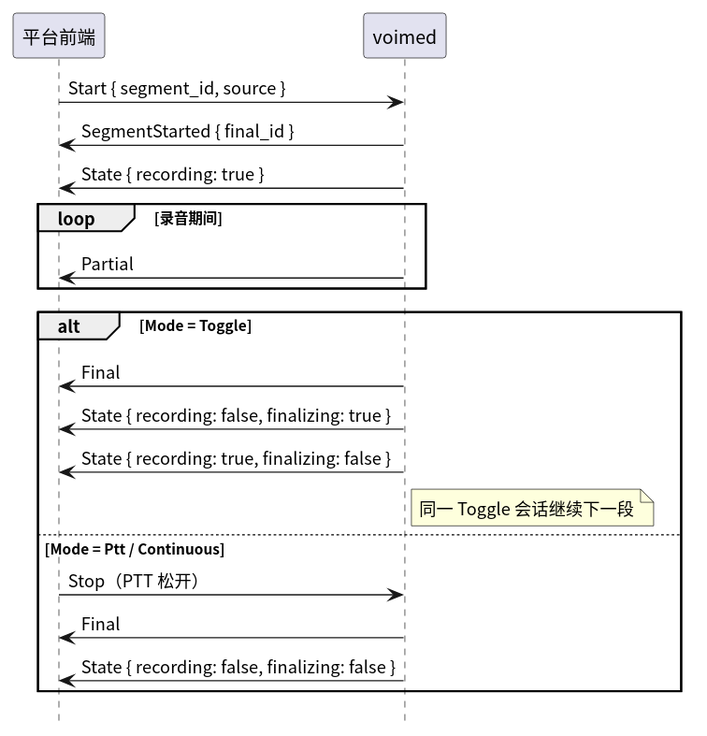
Earlier version of the PlantUML export crates/voimed/diagram/session-state.svg (54m43lJ/voime). The source it was exported from:
```plantuml
@startuml
skinparam defaultFontName "Noto Sans CJK SC"
skinparam shadowing false
hide footbox

participant "平台前端" as Frontend
participant "voimed" as Daemon

Frontend -> Daemon : Start { segment_id, source }
Daemon -> Frontend : SegmentStarted { final_id }
Daemon -> Frontend : State { recording: true }

loop 录音期间
  Daemon -> Frontend : Partial
end

alt Mode = Toggle
  Daemon -> Frontend : Final
  Daemon -> Frontend : State { recording: false, finalizing: true }
  Daemon -> Frontend : State { recording: true, finalizing: false }
  note right of Daemon : 同一 Toggle 会话继续下一段
else Mode = Ptt / Continuous
  Frontend -> Daemon : Stop（PTT 松开）
  Daemon -> Frontend : Final
  Daemon -> Frontend : State { recording: false, finalizing: false }
end
@enduml
```
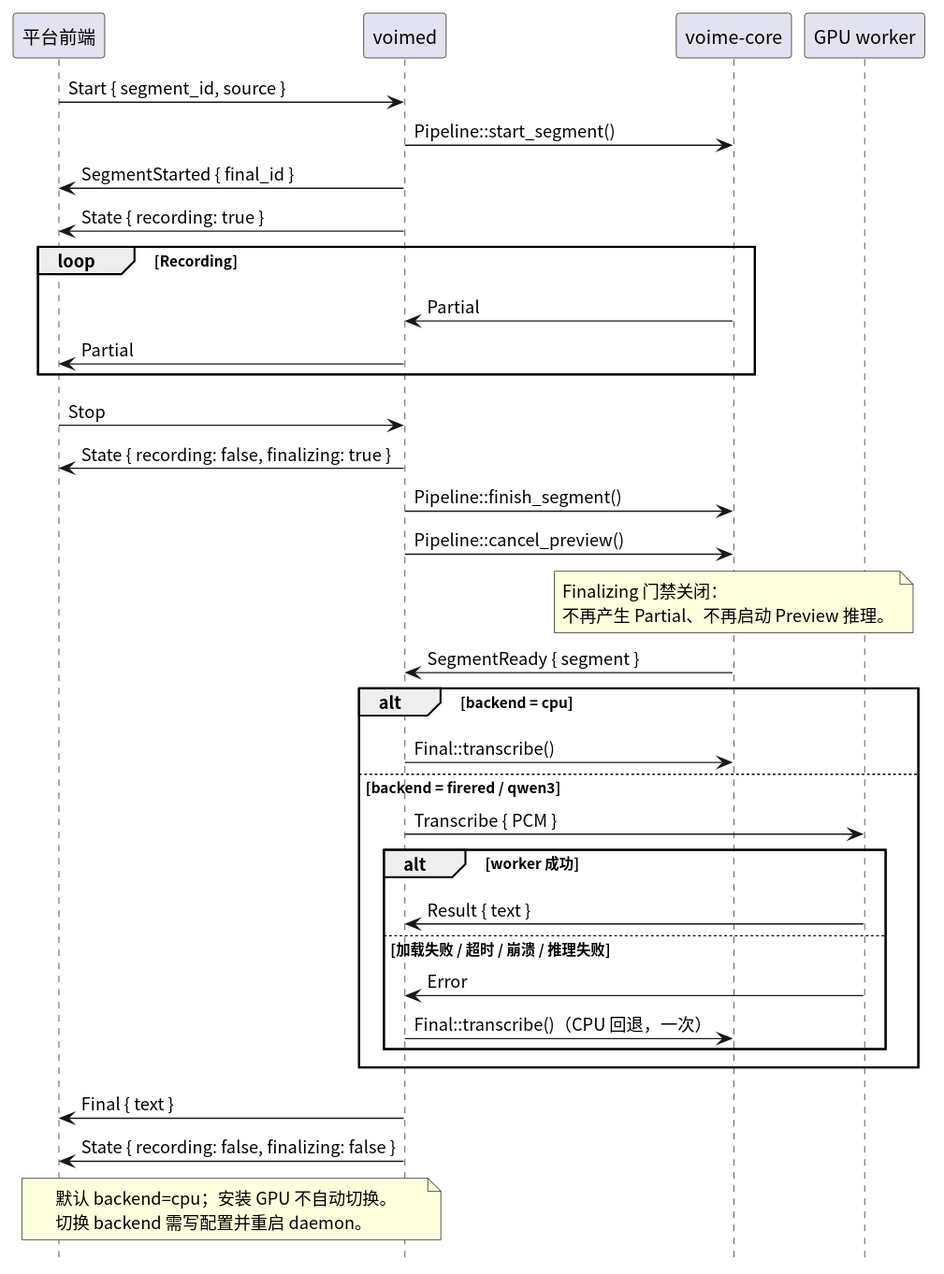
Above is the later version.

Diff of the diagram source:
```diff
@@ -5,23 +5,46 @@
 
 participant "平台前端" as Frontend
 participant "voimed" as Daemon
+participant "voime-core" as Core
+participant "GPU worker" as Worker
 
 Frontend -> Daemon : Start { segment_id, source }
+Daemon -> Core : Pipeline::start_segment()
 Daemon -> Frontend : SegmentStarted { final_id }
 Daemon -> Frontend : State { recording: true }
 
-loop 录音期间
+loop Recording
+  Core -> Daemon : Partial
   Daemon -> Frontend : Partial
 end
 
-alt Mode = Toggle
-  Daemon -> Frontend : Final
-  Daemon -> Frontend : State { recording: false, finalizing: true }
-  Daemon -> Frontend : State { recording: true, finalizing: false }
-  note right of Daemon : 同一 Toggle 会话继续下一段
-else Mode = Ptt / Continuous
-  Frontend -> Daemon : Stop（PTT 松开）
-  Daemon -> Frontend : Final
-  Daemon -> Frontend : State { recording: false, finalizing: false }
+Frontend -> Daemon : Stop
+Daemon -> Frontend : State { recording: false, finalizing: true }
+Daemon -> Core : Pipeline::finish_segment()
+Daemon -> Core : Pipeline::cancel_preview()
+note over Core
+  Finalizing 门禁关闭：
+  不再产生 Partial、不再启动 Preview 推理。
+end note
+Core -> Daemon : SegmentReady { segment }
+
+alt backend = cpu
+  Daemon -> Core : Final::transcribe()
+else backend = firered / qwen3
+  Daemon -> Worker : Transcribe { PCM }
+  alt worker 成功
+    Worker -> Daemon : Result { text }
+  else 加载失败 / 超时 / 崩溃 / 推理失败
+    Worker -> Daemon : Error
+    Daemon -> Core : Final::transcribe()（CPU 回退，一次）
+  end
 end
+
+Daemon -> Frontend : Final { text }
+Daemon -> Frontend : State { recording: false, finalizing: false }
+
+note over Frontend, Daemon
+  默认 backend=cpu；安装 GPU 不自动切换。
+  切换 backend 需写配置并重启 daemon。
+end note
 @enduml
```
